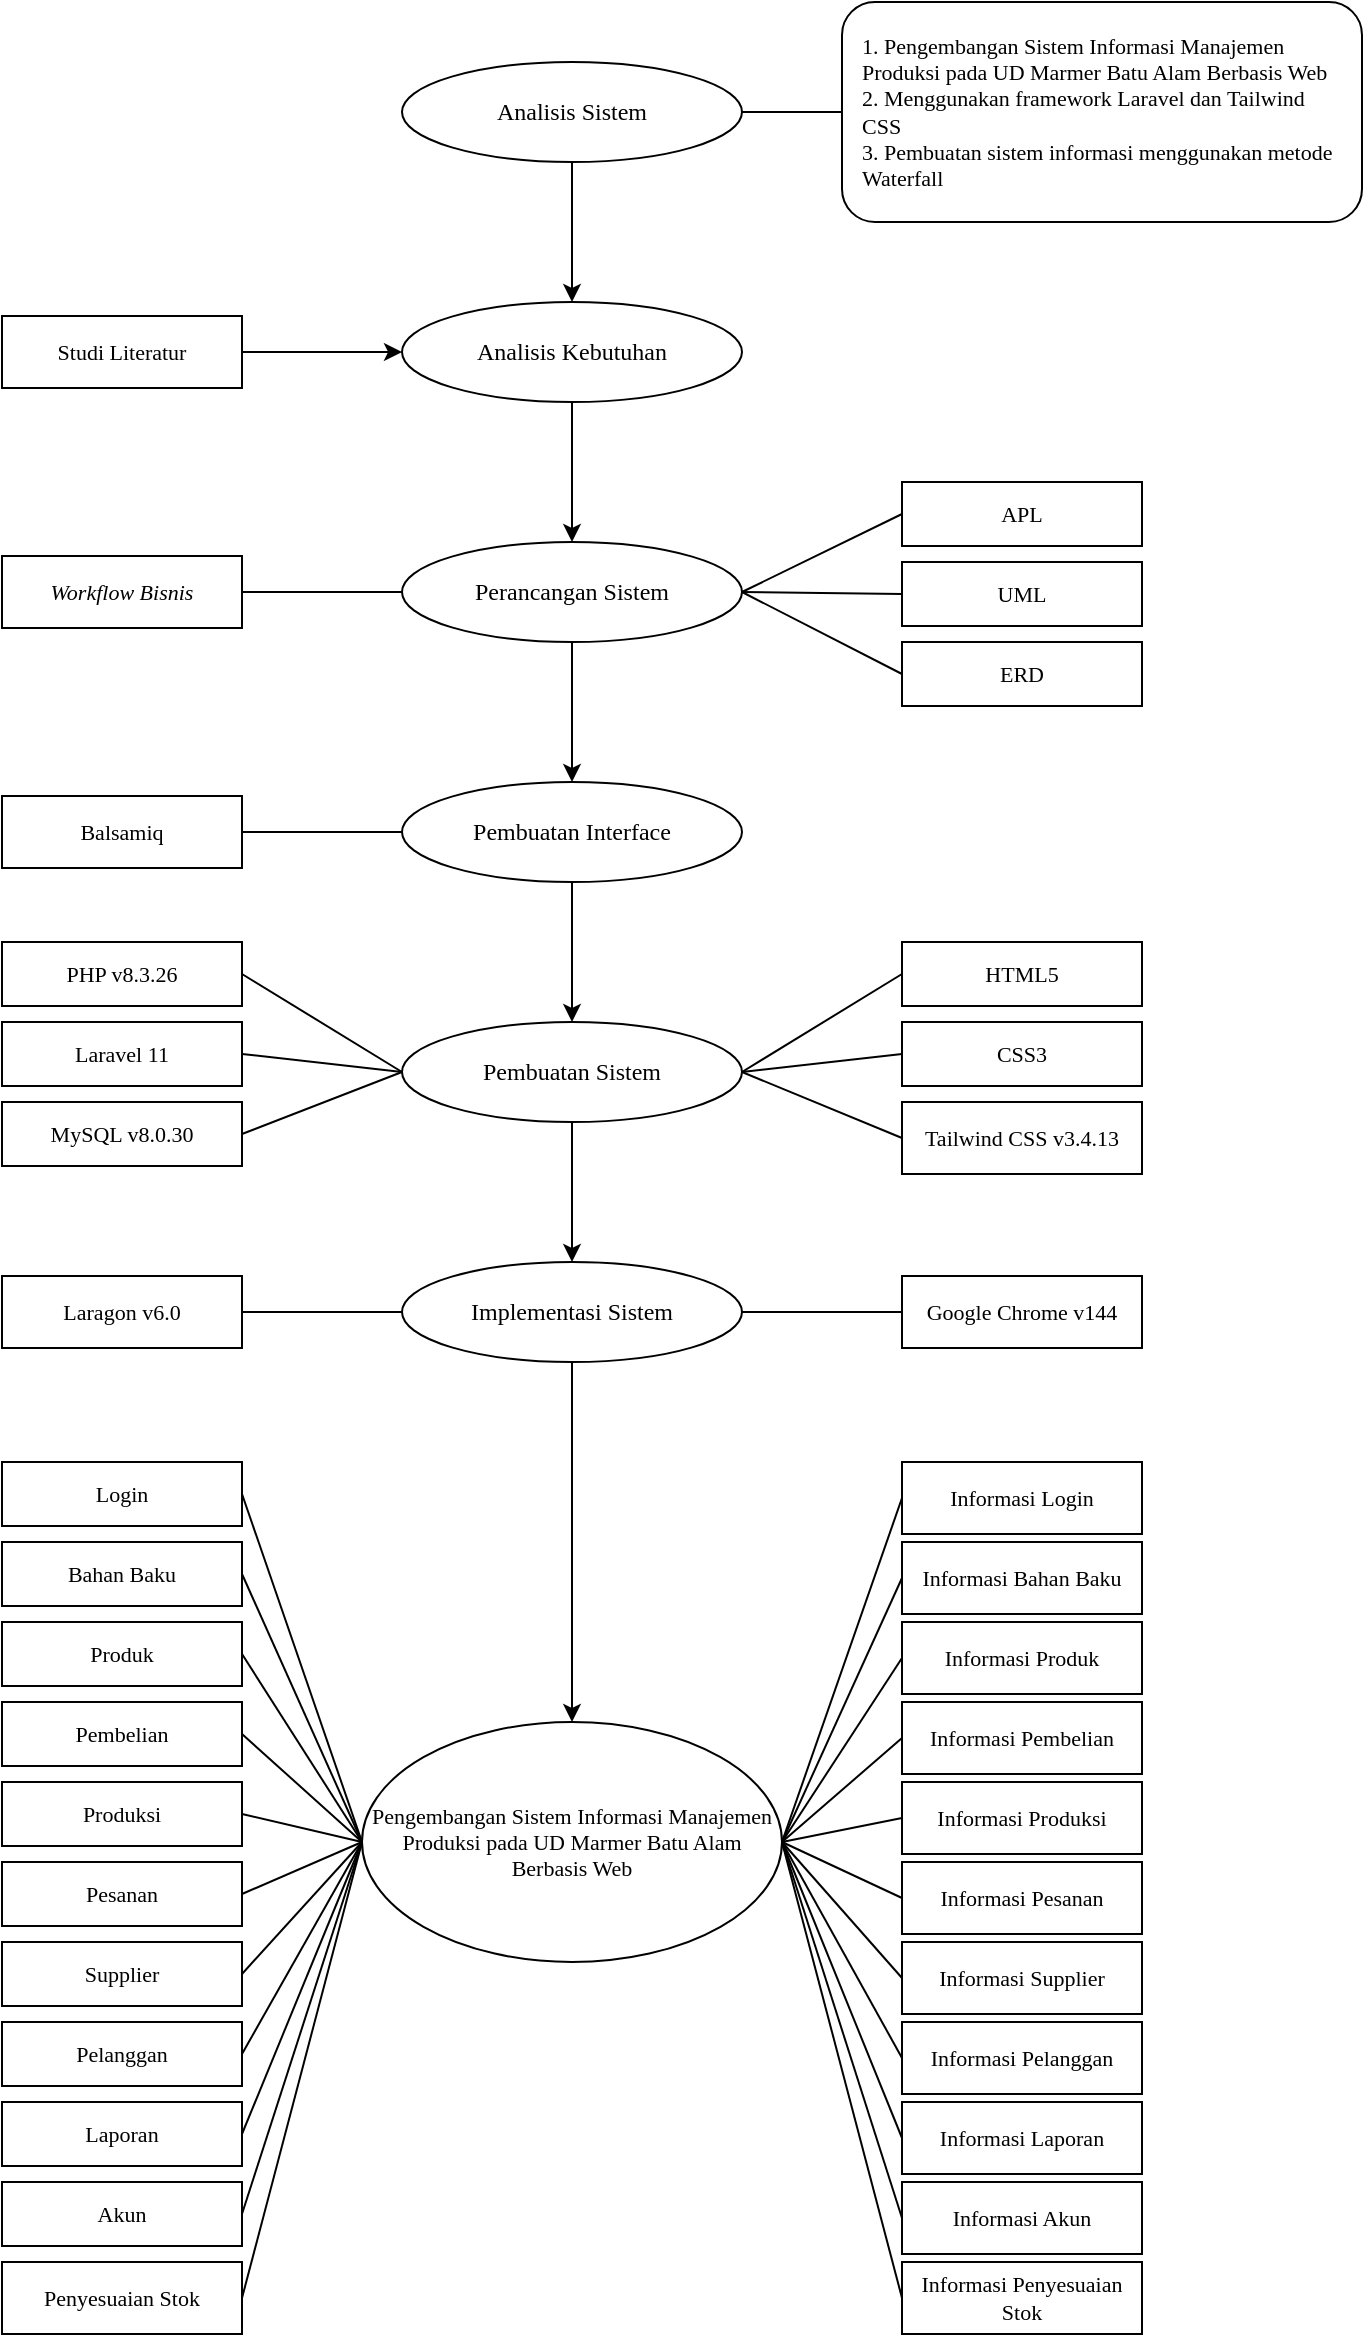
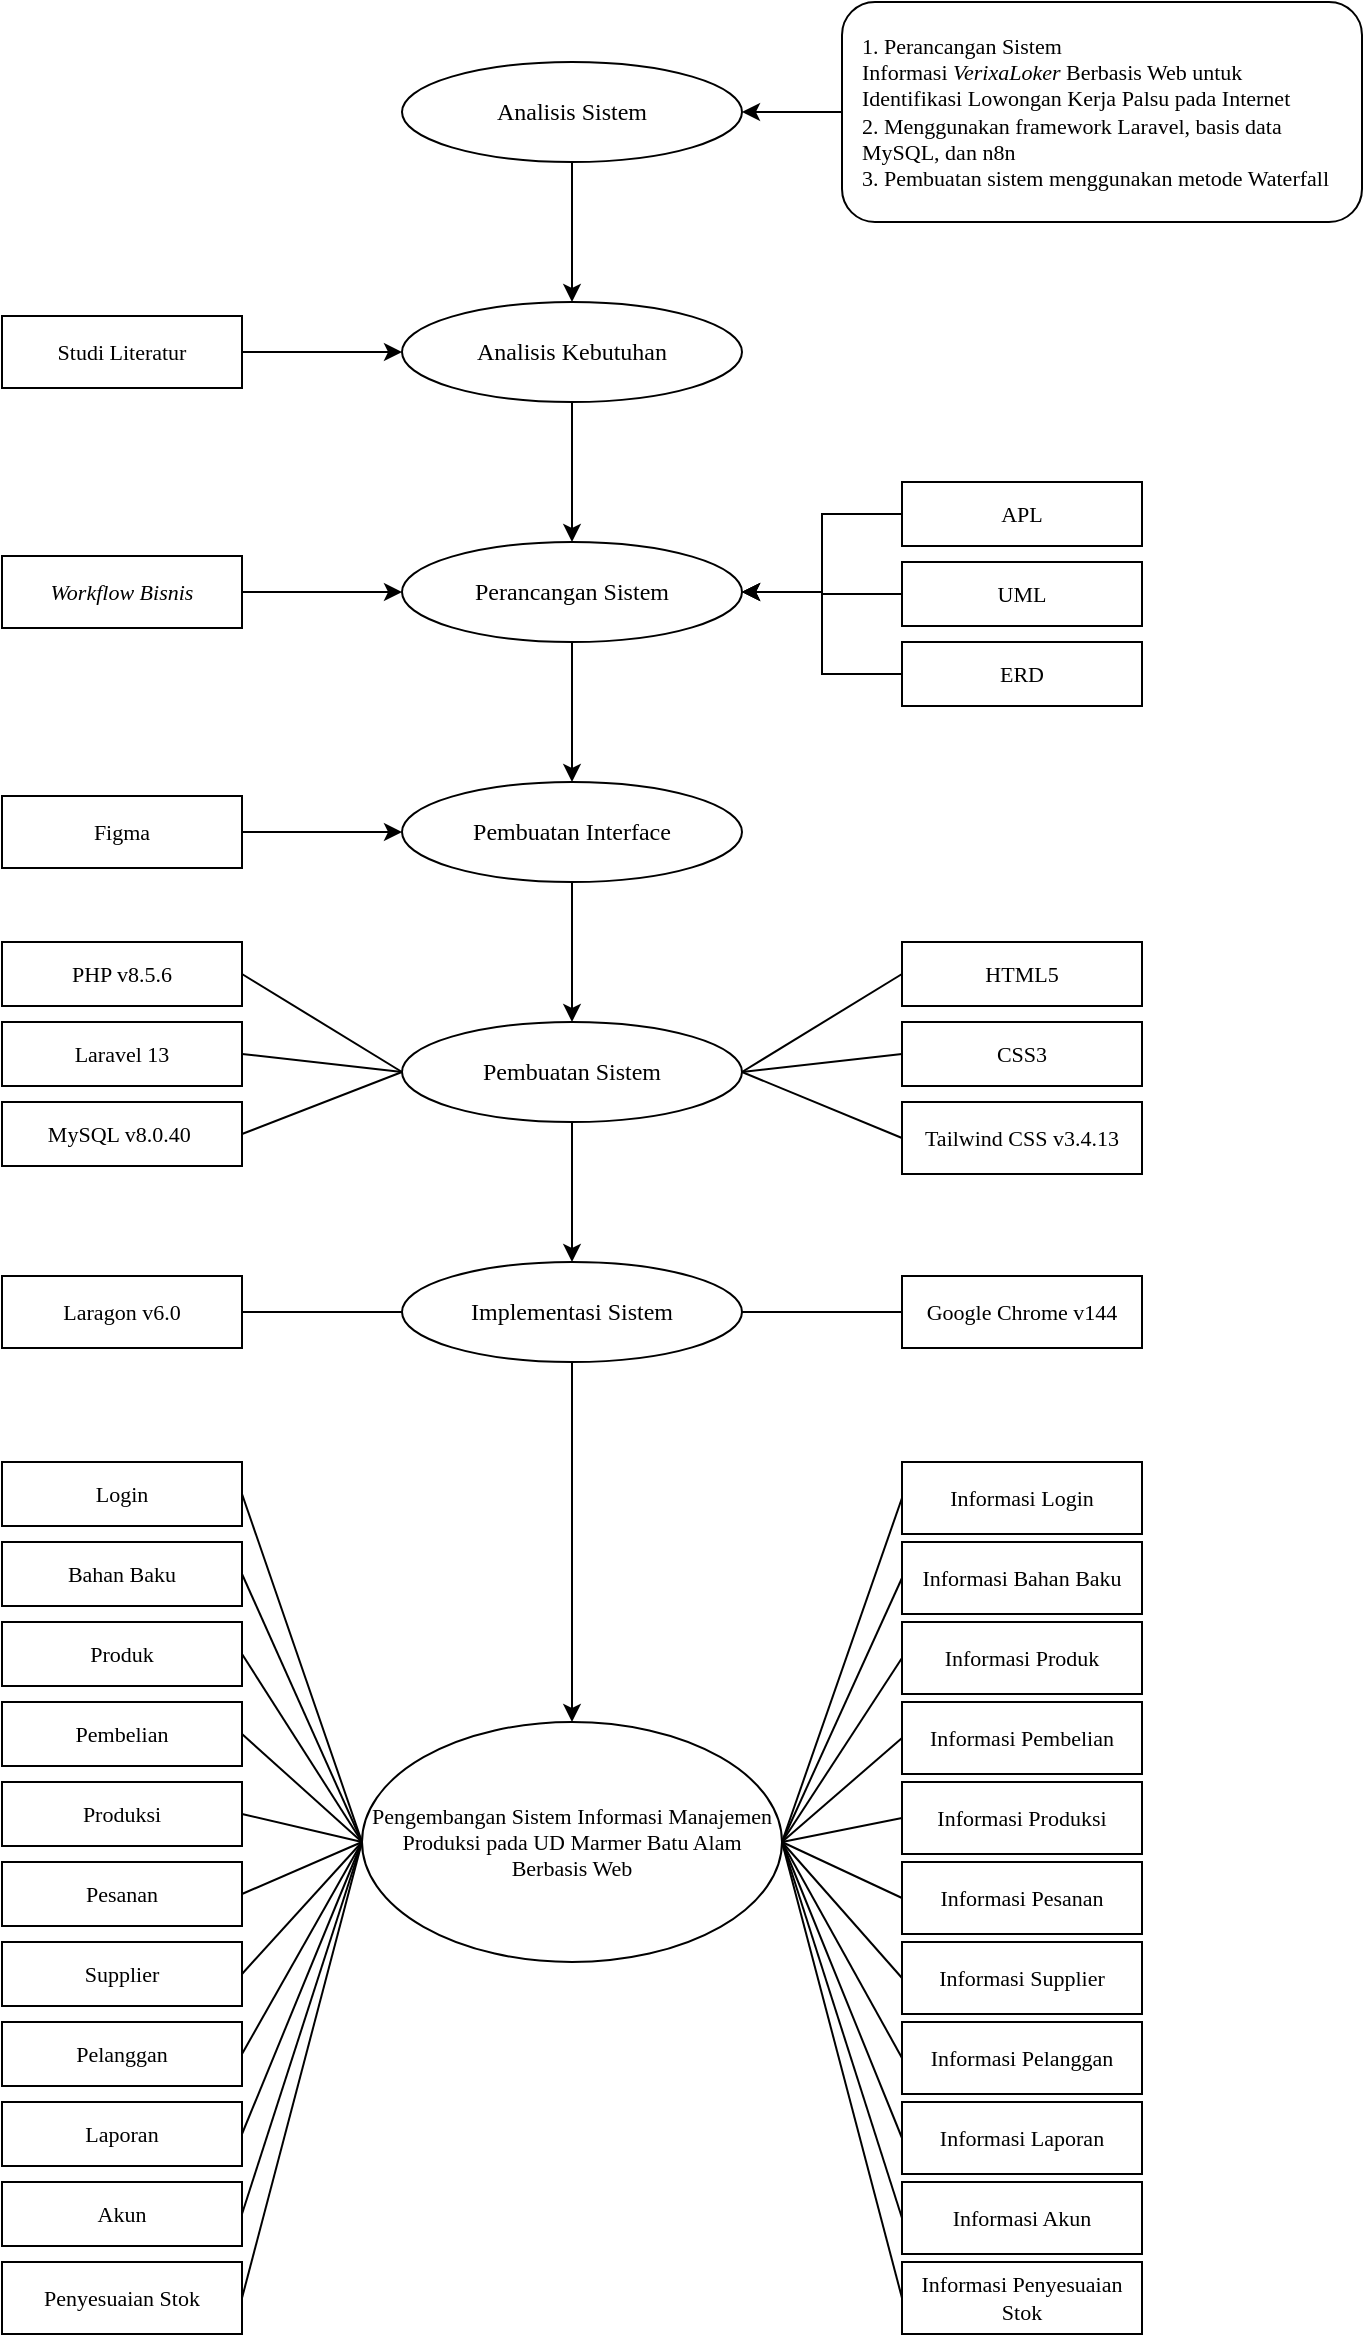
<mxfile host="app.diagrams.net">
  <diagram name="Page-1" id="yfmV3Sks-nrF4BvnnPUG">
-     <mxGraphModel dx="714" dy="390" grid="1" gridSize="10" guides="1" tooltips="1" connect="1" arrows="1" fold="1" page="1" pageScale="1" pageWidth="827" pageHeight="1169" math="0" shadow="0">
+     <mxGraphModel dx="771" dy="421" grid="1" gridSize="10" guides="1" tooltips="1" connect="1" arrows="1" fold="1" page="1" pageScale="1" pageWidth="827" pageHeight="1169" math="0" shadow="0">
      <root>
        <mxCell id="0" />
        <mxCell id="1" parent="0" />
        <mxCell id="fTyH0j3n_jQUCsVNDcWE-1" parent="1" style="ellipse;whiteSpace=wrap;html=1;fillColor=#ffffff;strokeColor=#000000;fontFamily=Times New Roman;fontSize=12;" value="Analisis Sistem" vertex="1">
          <mxGeometry height="50" width="170" x="580" y="110" as="geometry" />
        </mxCell>
        <mxCell id="fTyH0j3n_jQUCsVNDcWE-2" parent="1" style="ellipse;whiteSpace=wrap;html=1;fillColor=#ffffff;strokeColor=#000000;fontFamily=Times New Roman;fontSize=12;" value="Analisis Kebutuhan" vertex="1">
          <mxGeometry height="50" width="170" x="580" y="230" as="geometry" />
        </mxCell>
        <mxCell id="fTyH0j3n_jQUCsVNDcWE-3" parent="1" style="ellipse;whiteSpace=wrap;html=1;fillColor=#ffffff;strokeColor=#000000;fontFamily=Times New Roman;fontSize=12;" value="Perancangan Sistem" vertex="1">
          <mxGeometry height="50" width="170" x="580" y="350" as="geometry" />
        </mxCell>
        <mxCell id="fTyH0j3n_jQUCsVNDcWE-4" parent="1" style="ellipse;whiteSpace=wrap;html=1;fillColor=#ffffff;strokeColor=#000000;fontFamily=Times New Roman;fontSize=12;" value="Pembuatan Interface" vertex="1">
          <mxGeometry height="50" width="170" x="580" y="470" as="geometry" />
        </mxCell>
        <mxCell id="fTyH0j3n_jQUCsVNDcWE-5" parent="1" style="ellipse;whiteSpace=wrap;html=1;fillColor=#ffffff;strokeColor=#000000;fontFamily=Times New Roman;fontSize=12;" value="Pembuatan Sistem" vertex="1">
          <mxGeometry height="50" width="170" x="580" y="590" as="geometry" />
        </mxCell>
        <mxCell id="fTyH0j3n_jQUCsVNDcWE-6" parent="1" style="ellipse;whiteSpace=wrap;html=1;fillColor=#ffffff;strokeColor=#000000;fontFamily=Times New Roman;fontSize=12;" value="Implementasi Sistem" vertex="1">
          <mxGeometry height="50" width="170" x="580" y="710" as="geometry" />
        </mxCell>
        <mxCell id="fTyH0j3n_jQUCsVNDcWE-7" parent="1" style="ellipse;whiteSpace=wrap;html=1;fillColor=#ffffff;strokeColor=#000000;fontFamily=Times New Roman;fontSize=11;" value="Pengembangan Sistem Informasi Manajemen Produksi pada UD Marmer Batu Alam Berbasis Web" vertex="1">
          <mxGeometry height="120" width="210" x="560" y="940" as="geometry" />
        </mxCell>
        <mxCell id="fTyH0j3n_jQUCsVNDcWE-8" edge="1" parent="1" source="fTyH0j3n_jQUCsVNDcWE-1" style="endArrow=classic;html=1;rounded=0;exitX=0.5;exitY=1;entryX=0.5;entryY=0;" target="fTyH0j3n_jQUCsVNDcWE-2">
          <mxGeometry relative="1" as="geometry" />
        </mxCell>
        <mxCell id="fTyH0j3n_jQUCsVNDcWE-9" edge="1" parent="1" source="fTyH0j3n_jQUCsVNDcWE-2" style="endArrow=classic;html=1;rounded=0;exitX=0.5;exitY=1;entryX=0.5;entryY=0;" target="fTyH0j3n_jQUCsVNDcWE-3">
          <mxGeometry relative="1" as="geometry" />
        </mxCell>
        <mxCell id="fTyH0j3n_jQUCsVNDcWE-10" edge="1" parent="1" source="fTyH0j3n_jQUCsVNDcWE-3" style="endArrow=classic;html=1;rounded=0;exitX=0.5;exitY=1;entryX=0.5;entryY=0;" target="fTyH0j3n_jQUCsVNDcWE-4">
          <mxGeometry relative="1" as="geometry" />
        </mxCell>
        <mxCell id="fTyH0j3n_jQUCsVNDcWE-11" edge="1" parent="1" source="fTyH0j3n_jQUCsVNDcWE-4" style="endArrow=classic;html=1;rounded=0;exitX=0.5;exitY=1;entryX=0.5;entryY=0;" target="fTyH0j3n_jQUCsVNDcWE-5">
          <mxGeometry relative="1" as="geometry" />
        </mxCell>
        <mxCell id="fTyH0j3n_jQUCsVNDcWE-12" edge="1" parent="1" source="fTyH0j3n_jQUCsVNDcWE-5" style="endArrow=classic;html=1;rounded=0;exitX=0.5;exitY=1;entryX=0.5;entryY=0;" target="fTyH0j3n_jQUCsVNDcWE-6">
          <mxGeometry relative="1" as="geometry" />
        </mxCell>
        <mxCell id="fTyH0j3n_jQUCsVNDcWE-13" edge="1" parent="1" source="fTyH0j3n_jQUCsVNDcWE-6" style="endArrow=classic;html=1;rounded=0;exitX=0.5;exitY=1;entryX=0.5;entryY=0;" target="fTyH0j3n_jQUCsVNDcWE-7">
          <mxGeometry relative="1" as="geometry" />
        </mxCell>
-         <mxCell id="fTyH0j3n_jQUCsVNDcWE-14" parent="1" style="rounded=1;whiteSpace=wrap;html=1;fillColor=#ffffff;strokeColor=#000000;fontFamily=Times New Roman;fontSize=11;align=left;verticalAlign=middle;spacingLeft=8;spacingRight=8;" value="1. Pengembangan Sistem Informasi Manajemen Produksi pada UD Marmer Batu Alam Berbasis Web&#xa;2. Menggunakan framework Laravel dan Tailwind CSS&#xa;3. Pembuatan sistem informasi menggunakan metode Waterfall" vertex="1">
+         <mxCell id="fTyH0j3n_jQUCsVNDcWE-14" parent="1" style="rounded=1;whiteSpace=wrap;html=1;fillColor=#ffffff;strokeColor=#000000;fontFamily=Times New Roman;fontSize=11;align=left;verticalAlign=middle;spacingLeft=8;spacingRight=8;" value="1. Perancangan Sistem Informasi&amp;nbsp;&lt;i&gt;VerixaLoker&lt;/i&gt;&amp;nbsp;Berbasis Web&amp;nbsp;untuk Identifikasi Lowongan Kerja Palsu pada Internet&lt;br&gt;2. Menggunakan framework Laravel, basis data MySQL, dan n8n&lt;br&gt;3. Pembuatan sistem menggunakan metode Waterfall" vertex="1">
          <mxGeometry height="110" width="260" x="800" y="80" as="geometry" />
        </mxCell>
-         <mxCell id="fTyH0j3n_jQUCsVNDcWE-15" edge="1" parent="1" source="fTyH0j3n_jQUCsVNDcWE-1" style="endArrow=none;html=1;rounded=0;exitX=1;exitY=0.5;entryX=0;entryY=0.5;" target="fTyH0j3n_jQUCsVNDcWE-14">
+         <mxCell id="fTyH0j3n_jQUCsVNDcWE-15" edge="1" parent="1" source="fTyH0j3n_jQUCsVNDcWE-1" style="endArrow=none;html=1;rounded=0;exitX=1;exitY=0.5;entryX=0;entryY=0.5;startArrow=classic;startFill=1;" target="fTyH0j3n_jQUCsVNDcWE-14">
          <mxGeometry relative="1" as="geometry" />
        </mxCell>
        <mxCell id="fTyH0j3n_jQUCsVNDcWE-16" parent="1" style="rounded=0;whiteSpace=wrap;html=1;fillColor=#ffffff;strokeColor=#000000;fontFamily=Times New Roman;fontSize=11;" value="Studi Literatur" vertex="1">
          <mxGeometry height="36" width="120" x="380" y="237" as="geometry" />
        </mxCell>
        <mxCell id="fTyH0j3n_jQUCsVNDcWE-19" edge="1" parent="1" source="fTyH0j3n_jQUCsVNDcWE-16" style="endArrow=classic;html=1;exitX=1;exitY=0.5;entryX=0;entryY=0.5;endFill=1;" target="fTyH0j3n_jQUCsVNDcWE-2">
          <mxGeometry relative="1" as="geometry" />
        </mxCell>
        <mxCell id="fTyH0j3n_jQUCsVNDcWE-22" parent="1" style="rounded=0;whiteSpace=wrap;html=1;fillColor=#ffffff;strokeColor=#000000;fontFamily=Times New Roman;fontSize=11;fontStyle=2" value="Workflow Bisnis" vertex="1">
          <mxGeometry height="36" width="120" x="380" y="357" as="geometry" />
        </mxCell>
        <mxCell id="fTyH0j3n_jQUCsVNDcWE-23" parent="1" style="rounded=0;whiteSpace=wrap;html=1;fillColor=#ffffff;strokeColor=#000000;fontFamily=Times New Roman;fontSize=11;" value="APL" vertex="1">
          <mxGeometry height="32" width="120" x="830" y="320" as="geometry" />
        </mxCell>
        <mxCell id="fTyH0j3n_jQUCsVNDcWE-24" parent="1" style="rounded=0;whiteSpace=wrap;html=1;fillColor=#ffffff;strokeColor=#000000;fontFamily=Times New Roman;fontSize=11;" value="UML" vertex="1">
          <mxGeometry height="32" width="120" x="830" y="360" as="geometry" />
        </mxCell>
        <mxCell id="fTyH0j3n_jQUCsVNDcWE-25" parent="1" style="rounded=0;whiteSpace=wrap;html=1;fillColor=#ffffff;strokeColor=#000000;fontFamily=Times New Roman;fontSize=11;" value="ERD" vertex="1">
          <mxGeometry height="32" width="120" x="830" y="400" as="geometry" />
        </mxCell>
-         <mxCell id="fTyH0j3n_jQUCsVNDcWE-26" edge="1" parent="1" source="fTyH0j3n_jQUCsVNDcWE-22" style="endArrow=none;html=1;exitX=1;exitY=0.5;entryX=0;entryY=0.5;" target="fTyH0j3n_jQUCsVNDcWE-3">
-           <mxGeometry relative="1" as="geometry" />
-         </mxCell>
-         <mxCell id="fTyH0j3n_jQUCsVNDcWE-27" edge="1" parent="1" source="fTyH0j3n_jQUCsVNDcWE-3" style="endArrow=none;html=1;exitX=1;exitY=0.5;entryX=0;entryY=0.5;" target="fTyH0j3n_jQUCsVNDcWE-23">
-           <mxGeometry relative="1" as="geometry" />
-         </mxCell>
-         <mxCell id="fTyH0j3n_jQUCsVNDcWE-28" edge="1" parent="1" source="fTyH0j3n_jQUCsVNDcWE-3" style="endArrow=none;html=1;exitX=1;exitY=0.5;entryX=0;entryY=0.5;" target="fTyH0j3n_jQUCsVNDcWE-24">
-           <mxGeometry relative="1" as="geometry" />
-         </mxCell>
-         <mxCell id="fTyH0j3n_jQUCsVNDcWE-29" edge="1" parent="1" source="fTyH0j3n_jQUCsVNDcWE-3" style="endArrow=none;html=1;exitX=1;exitY=0.5;entryX=0;entryY=0.5;" target="fTyH0j3n_jQUCsVNDcWE-25">
-           <mxGeometry relative="1" as="geometry" />
-         </mxCell>
-         <mxCell id="fTyH0j3n_jQUCsVNDcWE-30" parent="1" style="rounded=0;whiteSpace=wrap;html=1;fillColor=#ffffff;strokeColor=#000000;fontFamily=Times New Roman;fontSize=11;" value="Balsamiq" vertex="1">
+         <mxCell id="fTyH0j3n_jQUCsVNDcWE-26" edge="1" parent="1" source="fTyH0j3n_jQUCsVNDcWE-22" style="endArrow=classic;html=1;exitX=1;exitY=0.5;entryX=0;entryY=0.5;endFill=1;" target="fTyH0j3n_jQUCsVNDcWE-3">
+           <mxGeometry relative="1" as="geometry" />
+         </mxCell>
+         <mxCell id="fTyH0j3n_jQUCsVNDcWE-27" edge="1" parent="1" source="fTyH0j3n_jQUCsVNDcWE-3" style="endArrow=none;html=1;exitX=1;exitY=0.5;entryX=0;entryY=0.5;startArrow=classic;startFill=1;edgeStyle=orthogonalEdgeStyle;rounded=0;curved=0;" target="fTyH0j3n_jQUCsVNDcWE-23">
+           <mxGeometry relative="1" as="geometry" />
+         </mxCell>
+         <mxCell id="fTyH0j3n_jQUCsVNDcWE-28" edge="1" parent="1" source="fTyH0j3n_jQUCsVNDcWE-3" style="endArrow=none;html=1;exitX=1;exitY=0.5;entryX=0;entryY=0.5;startArrow=classic;startFill=1;edgeStyle=orthogonalEdgeStyle;rounded=0;curved=0;" target="fTyH0j3n_jQUCsVNDcWE-24">
+           <mxGeometry relative="1" as="geometry" />
+         </mxCell>
+         <mxCell id="fTyH0j3n_jQUCsVNDcWE-29" edge="1" parent="1" source="fTyH0j3n_jQUCsVNDcWE-3" style="endArrow=none;html=1;exitX=1;exitY=0.5;entryX=0;entryY=0.5;startArrow=classic;startFill=1;edgeStyle=orthogonalEdgeStyle;rounded=0;curved=0;" target="fTyH0j3n_jQUCsVNDcWE-25">
+           <mxGeometry relative="1" as="geometry" />
+         </mxCell>
+         <mxCell id="fTyH0j3n_jQUCsVNDcWE-30" parent="1" style="rounded=0;whiteSpace=wrap;html=1;fillColor=#ffffff;strokeColor=#000000;fontFamily=Times New Roman;fontSize=11;" value="Figma" vertex="1">
          <mxGeometry height="36" width="120" x="380" y="477" as="geometry" />
        </mxCell>
-         <mxCell id="fTyH0j3n_jQUCsVNDcWE-31" edge="1" parent="1" source="fTyH0j3n_jQUCsVNDcWE-30" style="endArrow=none;html=1;exitX=1;exitY=0.5;entryX=0;entryY=0.5;" target="fTyH0j3n_jQUCsVNDcWE-4">
-           <mxGeometry relative="1" as="geometry" />
-         </mxCell>
-         <mxCell id="fTyH0j3n_jQUCsVNDcWE-32" parent="1" style="rounded=0;whiteSpace=wrap;html=1;fillColor=#ffffff;strokeColor=#000000;fontFamily=Times New Roman;fontSize=11;" value="PHP v8.3.26" vertex="1">
+         <mxCell id="fTyH0j3n_jQUCsVNDcWE-31" edge="1" parent="1" source="fTyH0j3n_jQUCsVNDcWE-30" style="endArrow=classic;html=1;exitX=1;exitY=0.5;entryX=0;entryY=0.5;endFill=1;" target="fTyH0j3n_jQUCsVNDcWE-4">
+           <mxGeometry relative="1" as="geometry" />
+         </mxCell>
+         <mxCell id="fTyH0j3n_jQUCsVNDcWE-32" parent="1" style="rounded=0;whiteSpace=wrap;html=1;fillColor=#ffffff;strokeColor=#000000;fontFamily=Times New Roman;fontSize=11;" value="PHP v8.5.6" vertex="1">
          <mxGeometry height="32" width="120" x="380" y="550" as="geometry" />
        </mxCell>
-         <mxCell id="fTyH0j3n_jQUCsVNDcWE-33" parent="1" style="rounded=0;whiteSpace=wrap;html=1;fillColor=#ffffff;strokeColor=#000000;fontFamily=Times New Roman;fontSize=11;" value="Laravel 11" vertex="1">
+         <mxCell id="fTyH0j3n_jQUCsVNDcWE-33" parent="1" style="rounded=0;whiteSpace=wrap;html=1;fillColor=#ffffff;strokeColor=#000000;fontFamily=Times New Roman;fontSize=11;" value="Laravel 13" vertex="1">
          <mxGeometry height="32" width="120" x="380" y="590" as="geometry" />
        </mxCell>
-         <mxCell id="fTyH0j3n_jQUCsVNDcWE-34" parent="1" style="rounded=0;whiteSpace=wrap;html=1;fillColor=#ffffff;strokeColor=#000000;fontFamily=Times New Roman;fontSize=11;" value="MySQL v8.0.30" vertex="1">
+         <mxCell id="fTyH0j3n_jQUCsVNDcWE-34" parent="1" style="rounded=0;whiteSpace=wrap;html=1;fillColor=#ffffff;strokeColor=#000000;fontFamily=Times New Roman;fontSize=11;" value="MySQL v8.0.40&amp;nbsp;" vertex="1">
          <mxGeometry height="32" width="120" x="380" y="630" as="geometry" />
        </mxCell>
        <mxCell id="fTyH0j3n_jQUCsVNDcWE-35" parent="1" style="rounded=0;whiteSpace=wrap;html=1;fillColor=#ffffff;strokeColor=#000000;fontFamily=Times New Roman;fontSize=11;" value="HTML5" vertex="1">
          <mxGeometry height="32" width="120" x="830" y="550" as="geometry" />
        </mxCell>
        <mxCell id="fTyH0j3n_jQUCsVNDcWE-36" parent="1" style="rounded=0;whiteSpace=wrap;html=1;fillColor=#ffffff;strokeColor=#000000;fontFamily=Times New Roman;fontSize=11;" value="CSS3" vertex="1">
          <mxGeometry height="32" width="120" x="830" y="590" as="geometry" />
        </mxCell>
        <mxCell id="fTyH0j3n_jQUCsVNDcWE-37" parent="1" style="rounded=0;whiteSpace=wrap;html=1;fillColor=#ffffff;strokeColor=#000000;fontFamily=Times New Roman;fontSize=11;" value="Tailwind CSS v3.4.13" vertex="1">
          <mxGeometry height="36" width="120" x="830" y="630" as="geometry" />
        </mxCell>
        <mxCell id="fTyH0j3n_jQUCsVNDcWE-38" edge="1" parent="1" source="fTyH0j3n_jQUCsVNDcWE-32" style="endArrow=none;html=1;exitX=1;exitY=0.5;entryX=0;entryY=0.5;" target="fTyH0j3n_jQUCsVNDcWE-5">
          <mxGeometry relative="1" as="geometry" />
        </mxCell>
        <mxCell id="fTyH0j3n_jQUCsVNDcWE-39" edge="1" parent="1" source="fTyH0j3n_jQUCsVNDcWE-33" style="endArrow=none;html=1;exitX=1;exitY=0.5;entryX=0;entryY=0.5;" target="fTyH0j3n_jQUCsVNDcWE-5">
          <mxGeometry relative="1" as="geometry" />
        </mxCell>
        <mxCell id="fTyH0j3n_jQUCsVNDcWE-40" edge="1" parent="1" source="fTyH0j3n_jQUCsVNDcWE-34" style="endArrow=none;html=1;exitX=1;exitY=0.5;entryX=0;entryY=0.5;" target="fTyH0j3n_jQUCsVNDcWE-5">
          <mxGeometry relative="1" as="geometry" />
        </mxCell>
        <mxCell id="fTyH0j3n_jQUCsVNDcWE-41" edge="1" parent="1" source="fTyH0j3n_jQUCsVNDcWE-5" style="endArrow=none;html=1;exitX=1;exitY=0.5;entryX=0;entryY=0.5;" target="fTyH0j3n_jQUCsVNDcWE-35">
          <mxGeometry relative="1" as="geometry" />
        </mxCell>
        <mxCell id="fTyH0j3n_jQUCsVNDcWE-42" edge="1" parent="1" source="fTyH0j3n_jQUCsVNDcWE-5" style="endArrow=none;html=1;exitX=1;exitY=0.5;entryX=0;entryY=0.5;" target="fTyH0j3n_jQUCsVNDcWE-36">
          <mxGeometry relative="1" as="geometry" />
        </mxCell>
        <mxCell id="fTyH0j3n_jQUCsVNDcWE-43" edge="1" parent="1" source="fTyH0j3n_jQUCsVNDcWE-5" style="endArrow=none;html=1;exitX=1;exitY=0.5;entryX=0;entryY=0.5;" target="fTyH0j3n_jQUCsVNDcWE-37">
          <mxGeometry relative="1" as="geometry" />
        </mxCell>
        <mxCell id="fTyH0j3n_jQUCsVNDcWE-44" parent="1" style="rounded=0;whiteSpace=wrap;html=1;fillColor=#ffffff;strokeColor=#000000;fontFamily=Times New Roman;fontSize=11;" value="Laragon v6.0" vertex="1">
          <mxGeometry height="36" width="120" x="380" y="717" as="geometry" />
        </mxCell>
        <mxCell id="fTyH0j3n_jQUCsVNDcWE-45" parent="1" style="rounded=0;whiteSpace=wrap;html=1;fillColor=#ffffff;strokeColor=#000000;fontFamily=Times New Roman;fontSize=11;" value="Google Chrome v144" vertex="1">
          <mxGeometry height="36" width="120" x="830" y="717" as="geometry" />
        </mxCell>
        <mxCell id="fTyH0j3n_jQUCsVNDcWE-46" edge="1" parent="1" source="fTyH0j3n_jQUCsVNDcWE-44" style="endArrow=none;html=1;exitX=1;exitY=0.5;entryX=0;entryY=0.5;" target="fTyH0j3n_jQUCsVNDcWE-6">
          <mxGeometry relative="1" as="geometry" />
        </mxCell>
        <mxCell id="fTyH0j3n_jQUCsVNDcWE-47" edge="1" parent="1" source="fTyH0j3n_jQUCsVNDcWE-6" style="endArrow=none;html=1;exitX=1;exitY=0.5;entryX=0;entryY=0.5;" target="fTyH0j3n_jQUCsVNDcWE-45">
          <mxGeometry relative="1" as="geometry" />
        </mxCell>
        <mxCell id="fTyH0j3n_jQUCsVNDcWE-48" parent="1" style="rounded=0;whiteSpace=wrap;html=1;fillColor=#ffffff;strokeColor=#000000;fontFamily=Times New Roman;fontSize=11;" value="Login" vertex="1">
          <mxGeometry height="32" width="120" x="380" y="810" as="geometry" />
        </mxCell>
        <mxCell id="fTyH0j3n_jQUCsVNDcWE-49" parent="1" style="rounded=0;whiteSpace=wrap;html=1;fillColor=#ffffff;strokeColor=#000000;fontFamily=Times New Roman;fontSize=11;" value="Bahan Baku" vertex="1">
          <mxGeometry height="32" width="120" x="380" y="850" as="geometry" />
        </mxCell>
        <mxCell id="fTyH0j3n_jQUCsVNDcWE-50" parent="1" style="rounded=0;whiteSpace=wrap;html=1;fillColor=#ffffff;strokeColor=#000000;fontFamily=Times New Roman;fontSize=11;" value="Produk" vertex="1">
          <mxGeometry height="32" width="120" x="380" y="890" as="geometry" />
        </mxCell>
        <mxCell id="fTyH0j3n_jQUCsVNDcWE-51" parent="1" style="rounded=0;whiteSpace=wrap;html=1;fillColor=#ffffff;strokeColor=#000000;fontFamily=Times New Roman;fontSize=11;" value="Pembelian" vertex="1">
          <mxGeometry height="32" width="120" x="380" y="930" as="geometry" />
        </mxCell>
        <mxCell id="fTyH0j3n_jQUCsVNDcWE-52" parent="1" style="rounded=0;whiteSpace=wrap;html=1;fillColor=#ffffff;strokeColor=#000000;fontFamily=Times New Roman;fontSize=11;" value="Produksi" vertex="1">
          <mxGeometry height="32" width="120" x="380" y="970" as="geometry" />
        </mxCell>
        <mxCell id="fTyH0j3n_jQUCsVNDcWE-53" parent="1" style="rounded=0;whiteSpace=wrap;html=1;fillColor=#ffffff;strokeColor=#000000;fontFamily=Times New Roman;fontSize=11;" value="Pesanan" vertex="1">
          <mxGeometry height="32" width="120" x="380" y="1010" as="geometry" />
        </mxCell>
        <mxCell id="fTyH0j3n_jQUCsVNDcWE-54" parent="1" style="rounded=0;whiteSpace=wrap;html=1;fillColor=#ffffff;strokeColor=#000000;fontFamily=Times New Roman;fontSize=11;" value="Supplier" vertex="1">
          <mxGeometry height="32" width="120" x="380" y="1050" as="geometry" />
        </mxCell>
        <mxCell id="fTyH0j3n_jQUCsVNDcWE-55" parent="1" style="rounded=0;whiteSpace=wrap;html=1;fillColor=#ffffff;strokeColor=#000000;fontFamily=Times New Roman;fontSize=11;" value="Pelanggan" vertex="1">
          <mxGeometry height="32" width="120" x="380" y="1090" as="geometry" />
        </mxCell>
        <mxCell id="fTyH0j3n_jQUCsVNDcWE-56" parent="1" style="rounded=0;whiteSpace=wrap;html=1;fillColor=#ffffff;strokeColor=#000000;fontFamily=Times New Roman;fontSize=11;" value="Laporan" vertex="1">
          <mxGeometry height="32" width="120" x="380" y="1130" as="geometry" />
        </mxCell>
        <mxCell id="fTyH0j3n_jQUCsVNDcWE-57" parent="1" style="rounded=0;whiteSpace=wrap;html=1;fillColor=#ffffff;strokeColor=#000000;fontFamily=Times New Roman;fontSize=11;" value="Akun" vertex="1">
          <mxGeometry height="32" width="120" x="380" y="1170" as="geometry" />
        </mxCell>
        <mxCell id="fTyH0j3n_jQUCsVNDcWE-58" parent="1" style="rounded=0;whiteSpace=wrap;html=1;fillColor=#ffffff;strokeColor=#000000;fontFamily=Times New Roman;fontSize=11;" value="Penyesuaian Stok" vertex="1">
          <mxGeometry height="36" width="120" x="380" y="1210" as="geometry" />
        </mxCell>
        <mxCell id="fTyH0j3n_jQUCsVNDcWE-59" edge="1" parent="1" source="fTyH0j3n_jQUCsVNDcWE-48" style="endArrow=none;html=1;exitX=1;exitY=0.5;entryX=0;entryY=0.5;" target="fTyH0j3n_jQUCsVNDcWE-7">
          <mxGeometry relative="1" as="geometry" />
        </mxCell>
        <mxCell id="fTyH0j3n_jQUCsVNDcWE-60" edge="1" parent="1" source="fTyH0j3n_jQUCsVNDcWE-49" style="endArrow=none;html=1;exitX=1;exitY=0.5;entryX=0;entryY=0.5;" target="fTyH0j3n_jQUCsVNDcWE-7">
          <mxGeometry relative="1" as="geometry" />
        </mxCell>
        <mxCell id="fTyH0j3n_jQUCsVNDcWE-61" edge="1" parent="1" source="fTyH0j3n_jQUCsVNDcWE-50" style="endArrow=none;html=1;exitX=1;exitY=0.5;entryX=0;entryY=0.5;" target="fTyH0j3n_jQUCsVNDcWE-7">
          <mxGeometry relative="1" as="geometry" />
        </mxCell>
        <mxCell id="fTyH0j3n_jQUCsVNDcWE-62" edge="1" parent="1" source="fTyH0j3n_jQUCsVNDcWE-51" style="endArrow=none;html=1;exitX=1;exitY=0.5;entryX=0;entryY=0.5;" target="fTyH0j3n_jQUCsVNDcWE-7">
          <mxGeometry relative="1" as="geometry" />
        </mxCell>
        <mxCell id="fTyH0j3n_jQUCsVNDcWE-63" edge="1" parent="1" source="fTyH0j3n_jQUCsVNDcWE-52" style="endArrow=none;html=1;exitX=1;exitY=0.5;entryX=0;entryY=0.5;" target="fTyH0j3n_jQUCsVNDcWE-7">
          <mxGeometry relative="1" as="geometry" />
        </mxCell>
        <mxCell id="fTyH0j3n_jQUCsVNDcWE-64" edge="1" parent="1" source="fTyH0j3n_jQUCsVNDcWE-53" style="endArrow=none;html=1;exitX=1;exitY=0.5;entryX=0;entryY=0.5;" target="fTyH0j3n_jQUCsVNDcWE-7">
          <mxGeometry relative="1" as="geometry" />
        </mxCell>
        <mxCell id="fTyH0j3n_jQUCsVNDcWE-65" edge="1" parent="1" source="fTyH0j3n_jQUCsVNDcWE-54" style="endArrow=none;html=1;exitX=1;exitY=0.5;entryX=0;entryY=0.5;" target="fTyH0j3n_jQUCsVNDcWE-7">
          <mxGeometry relative="1" as="geometry" />
        </mxCell>
        <mxCell id="fTyH0j3n_jQUCsVNDcWE-66" edge="1" parent="1" source="fTyH0j3n_jQUCsVNDcWE-55" style="endArrow=none;html=1;exitX=1;exitY=0.5;entryX=0;entryY=0.5;" target="fTyH0j3n_jQUCsVNDcWE-7">
          <mxGeometry relative="1" as="geometry" />
        </mxCell>
        <mxCell id="fTyH0j3n_jQUCsVNDcWE-67" edge="1" parent="1" source="fTyH0j3n_jQUCsVNDcWE-56" style="endArrow=none;html=1;exitX=1;exitY=0.5;entryX=0;entryY=0.5;" target="fTyH0j3n_jQUCsVNDcWE-7">
          <mxGeometry relative="1" as="geometry" />
        </mxCell>
        <mxCell id="fTyH0j3n_jQUCsVNDcWE-68" edge="1" parent="1" source="fTyH0j3n_jQUCsVNDcWE-57" style="endArrow=none;html=1;exitX=1;exitY=0.5;entryX=0;entryY=0.5;" target="fTyH0j3n_jQUCsVNDcWE-7">
          <mxGeometry relative="1" as="geometry" />
        </mxCell>
        <mxCell id="fTyH0j3n_jQUCsVNDcWE-69" edge="1" parent="1" source="fTyH0j3n_jQUCsVNDcWE-58" style="endArrow=none;html=1;exitX=1;exitY=0.5;entryX=0;entryY=0.5;" target="fTyH0j3n_jQUCsVNDcWE-7">
          <mxGeometry relative="1" as="geometry" />
        </mxCell>
        <mxCell id="fTyH0j3n_jQUCsVNDcWE-70" parent="1" style="rounded=0;whiteSpace=wrap;html=1;fillColor=#ffffff;strokeColor=#000000;fontFamily=Times New Roman;fontSize=11;" value="Informasi Login" vertex="1">
          <mxGeometry height="36" width="120" x="830" y="810" as="geometry" />
        </mxCell>
        <mxCell id="fTyH0j3n_jQUCsVNDcWE-71" parent="1" style="rounded=0;whiteSpace=wrap;html=1;fillColor=#ffffff;strokeColor=#000000;fontFamily=Times New Roman;fontSize=11;" value="Informasi Bahan Baku" vertex="1">
          <mxGeometry height="36" width="120" x="830" y="850" as="geometry" />
        </mxCell>
        <mxCell id="fTyH0j3n_jQUCsVNDcWE-72" parent="1" style="rounded=0;whiteSpace=wrap;html=1;fillColor=#ffffff;strokeColor=#000000;fontFamily=Times New Roman;fontSize=11;" value="Informasi Produk" vertex="1">
          <mxGeometry height="36" width="120" x="830" y="890" as="geometry" />
        </mxCell>
        <mxCell id="fTyH0j3n_jQUCsVNDcWE-73" parent="1" style="rounded=0;whiteSpace=wrap;html=1;fillColor=#ffffff;strokeColor=#000000;fontFamily=Times New Roman;fontSize=11;" value="Informasi Pembelian" vertex="1">
          <mxGeometry height="36" width="120" x="830" y="930" as="geometry" />
        </mxCell>
        <mxCell id="fTyH0j3n_jQUCsVNDcWE-74" parent="1" style="rounded=0;whiteSpace=wrap;html=1;fillColor=#ffffff;strokeColor=#000000;fontFamily=Times New Roman;fontSize=11;" value="Informasi Produksi" vertex="1">
          <mxGeometry height="36" width="120" x="830" y="970" as="geometry" />
        </mxCell>
        <mxCell id="fTyH0j3n_jQUCsVNDcWE-75" parent="1" style="rounded=0;whiteSpace=wrap;html=1;fillColor=#ffffff;strokeColor=#000000;fontFamily=Times New Roman;fontSize=11;" value="Informasi Pesanan" vertex="1">
          <mxGeometry height="36" width="120" x="830" y="1010" as="geometry" />
        </mxCell>
        <mxCell id="fTyH0j3n_jQUCsVNDcWE-76" parent="1" style="rounded=0;whiteSpace=wrap;html=1;fillColor=#ffffff;strokeColor=#000000;fontFamily=Times New Roman;fontSize=11;" value="Informasi Supplier" vertex="1">
          <mxGeometry height="36" width="120" x="830" y="1050" as="geometry" />
        </mxCell>
        <mxCell id="fTyH0j3n_jQUCsVNDcWE-77" parent="1" style="rounded=0;whiteSpace=wrap;html=1;fillColor=#ffffff;strokeColor=#000000;fontFamily=Times New Roman;fontSize=11;" value="Informasi Pelanggan" vertex="1">
          <mxGeometry height="36" width="120" x="830" y="1090" as="geometry" />
        </mxCell>
        <mxCell id="fTyH0j3n_jQUCsVNDcWE-78" parent="1" style="rounded=0;whiteSpace=wrap;html=1;fillColor=#ffffff;strokeColor=#000000;fontFamily=Times New Roman;fontSize=11;" value="Informasi Laporan" vertex="1">
          <mxGeometry height="36" width="120" x="830" y="1130" as="geometry" />
        </mxCell>
        <mxCell id="fTyH0j3n_jQUCsVNDcWE-79" parent="1" style="rounded=0;whiteSpace=wrap;html=1;fillColor=#ffffff;strokeColor=#000000;fontFamily=Times New Roman;fontSize=11;" value="Informasi Akun" vertex="1">
          <mxGeometry height="36" width="120" x="830" y="1170" as="geometry" />
        </mxCell>
        <mxCell id="fTyH0j3n_jQUCsVNDcWE-80" parent="1" style="rounded=0;whiteSpace=wrap;html=1;fillColor=#ffffff;strokeColor=#000000;fontFamily=Times New Roman;fontSize=11;" value="Informasi Penyesuaian Stok" vertex="1">
          <mxGeometry height="36" width="120" x="830" y="1210" as="geometry" />
        </mxCell>
        <mxCell id="fTyH0j3n_jQUCsVNDcWE-81" edge="1" parent="1" source="fTyH0j3n_jQUCsVNDcWE-7" style="endArrow=none;html=1;exitX=1;exitY=0.5;entryX=0;entryY=0.5;" target="fTyH0j3n_jQUCsVNDcWE-70">
          <mxGeometry relative="1" as="geometry" />
        </mxCell>
        <mxCell id="fTyH0j3n_jQUCsVNDcWE-82" edge="1" parent="1" source="fTyH0j3n_jQUCsVNDcWE-7" style="endArrow=none;html=1;exitX=1;exitY=0.5;entryX=0;entryY=0.5;" target="fTyH0j3n_jQUCsVNDcWE-71">
          <mxGeometry relative="1" as="geometry" />
        </mxCell>
        <mxCell id="fTyH0j3n_jQUCsVNDcWE-83" edge="1" parent="1" source="fTyH0j3n_jQUCsVNDcWE-7" style="endArrow=none;html=1;exitX=1;exitY=0.5;entryX=0;entryY=0.5;" target="fTyH0j3n_jQUCsVNDcWE-72">
          <mxGeometry relative="1" as="geometry" />
        </mxCell>
        <mxCell id="fTyH0j3n_jQUCsVNDcWE-84" edge="1" parent="1" source="fTyH0j3n_jQUCsVNDcWE-7" style="endArrow=none;html=1;exitX=1;exitY=0.5;entryX=0;entryY=0.5;" target="fTyH0j3n_jQUCsVNDcWE-73">
          <mxGeometry relative="1" as="geometry" />
        </mxCell>
        <mxCell id="fTyH0j3n_jQUCsVNDcWE-85" edge="1" parent="1" source="fTyH0j3n_jQUCsVNDcWE-7" style="endArrow=none;html=1;exitX=1;exitY=0.5;entryX=0;entryY=0.5;" target="fTyH0j3n_jQUCsVNDcWE-74">
          <mxGeometry relative="1" as="geometry" />
        </mxCell>
        <mxCell id="fTyH0j3n_jQUCsVNDcWE-86" edge="1" parent="1" source="fTyH0j3n_jQUCsVNDcWE-7" style="endArrow=none;html=1;exitX=1;exitY=0.5;entryX=0;entryY=0.5;" target="fTyH0j3n_jQUCsVNDcWE-75">
          <mxGeometry relative="1" as="geometry" />
        </mxCell>
        <mxCell id="fTyH0j3n_jQUCsVNDcWE-87" edge="1" parent="1" source="fTyH0j3n_jQUCsVNDcWE-7" style="endArrow=none;html=1;exitX=1;exitY=0.5;entryX=0;entryY=0.5;" target="fTyH0j3n_jQUCsVNDcWE-76">
          <mxGeometry relative="1" as="geometry" />
        </mxCell>
        <mxCell id="fTyH0j3n_jQUCsVNDcWE-88" edge="1" parent="1" source="fTyH0j3n_jQUCsVNDcWE-7" style="endArrow=none;html=1;exitX=1;exitY=0.5;entryX=0;entryY=0.5;" target="fTyH0j3n_jQUCsVNDcWE-77">
          <mxGeometry relative="1" as="geometry" />
        </mxCell>
        <mxCell id="fTyH0j3n_jQUCsVNDcWE-89" edge="1" parent="1" source="fTyH0j3n_jQUCsVNDcWE-7" style="endArrow=none;html=1;exitX=1;exitY=0.5;entryX=0;entryY=0.5;" target="fTyH0j3n_jQUCsVNDcWE-78">
          <mxGeometry relative="1" as="geometry" />
        </mxCell>
        <mxCell id="fTyH0j3n_jQUCsVNDcWE-90" edge="1" parent="1" source="fTyH0j3n_jQUCsVNDcWE-7" style="endArrow=none;html=1;exitX=1;exitY=0.5;entryX=0;entryY=0.5;" target="fTyH0j3n_jQUCsVNDcWE-79">
          <mxGeometry relative="1" as="geometry" />
        </mxCell>
        <mxCell id="fTyH0j3n_jQUCsVNDcWE-91" edge="1" parent="1" source="fTyH0j3n_jQUCsVNDcWE-7" style="endArrow=none;html=1;exitX=1;exitY=0.5;entryX=0;entryY=0.5;" target="fTyH0j3n_jQUCsVNDcWE-80">
          <mxGeometry relative="1" as="geometry" />
        </mxCell>
      </root>
    </mxGraphModel>
  </diagram>
</mxfile>
